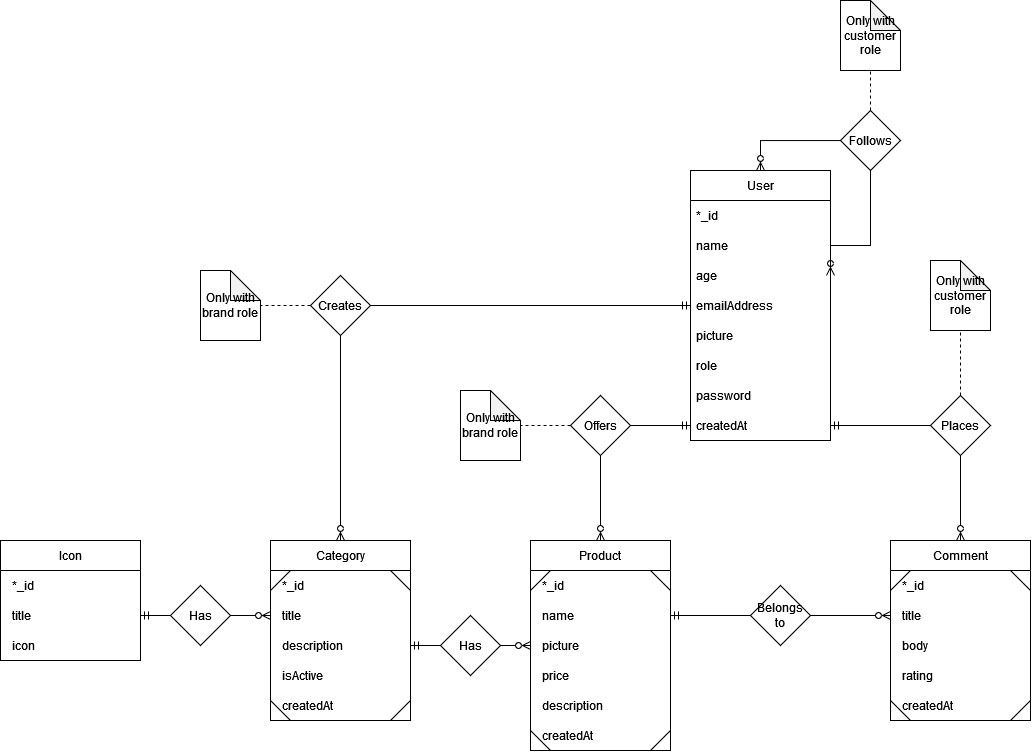
Earlier version of the draw.io export apps/uc-app/src/assets/images/erd.png (CKleijn/UnreleasedClothing). Source tidied: cells renumbered, new cells last; positions are measured from the earlier drawing's top-left corner, leaving out a move shared by most shapes.
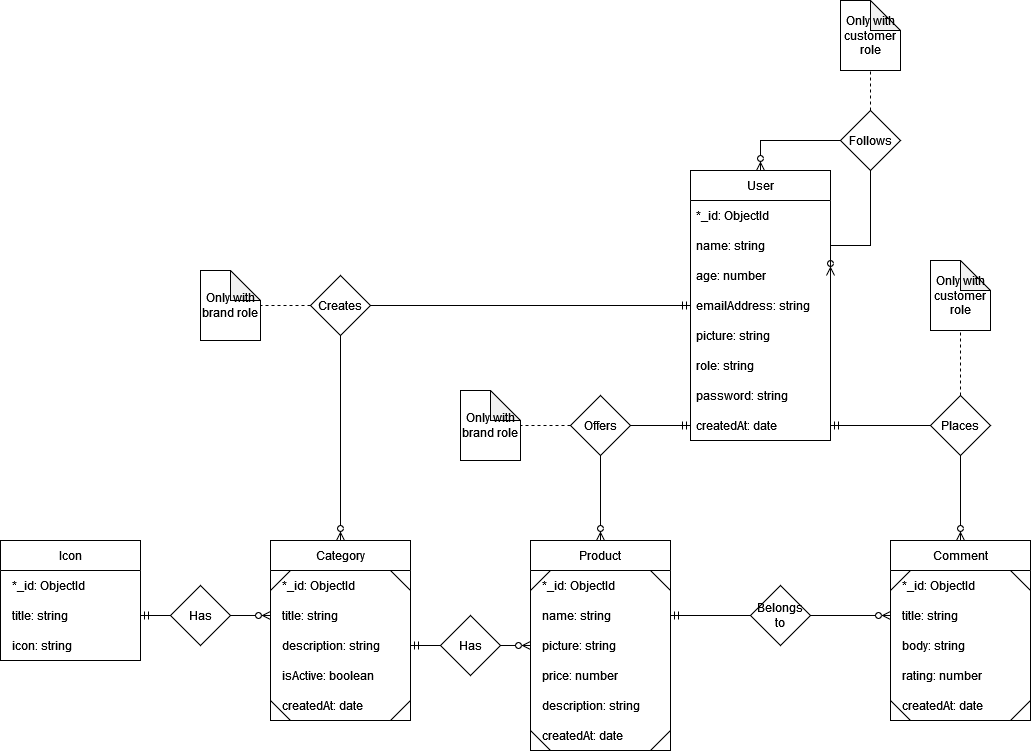
Later version of the same file.

The edit, as a diff of the source:
```diff
@@ -17,22 +17,22 @@
         <mxPoint x="20" y="30" as="targetPoint" />
       </mxGeometry>
     </mxCell>
-    <mxCell id="5" value="  *_id" style="text;strokeColor=none;fillColor=none;align=left;verticalAlign=middle;spacingLeft=4;spacingRight=4;overflow=hidden;" parent="2" vertex="1">
+    <mxCell id="5" value="  *_id: ObjectId" style="text;strokeColor=none;fillColor=none;align=left;verticalAlign=middle;spacingLeft=4;spacingRight=4;overflow=hidden;" parent="2" vertex="1">
       <mxGeometry y="30" width="140" height="30" as="geometry" />
     </mxCell>
-    <mxCell id="6" value="  name" style="text;strokeColor=none;fillColor=none;align=left;verticalAlign=middle;spacingLeft=4;spacingRight=4;overflow=hidden;points=[[0,0.5],[1,0.5]];portConstraint=eastwest;" parent="2" vertex="1">
+    <mxCell id="6" value="  name: string" style="text;strokeColor=none;fillColor=none;align=left;verticalAlign=middle;spacingLeft=4;spacingRight=4;overflow=hidden;points=[[0,0.5],[1,0.5]];portConstraint=eastwest;" parent="2" vertex="1">
       <mxGeometry y="60" width="140" height="30" as="geometry" />
     </mxCell>
-    <mxCell id="7" value="  picture" style="text;strokeColor=none;fillColor=none;align=left;verticalAlign=middle;spacingLeft=4;spacingRight=4;overflow=hidden;points=[[0,0.5],[1,0.5]];portConstraint=eastwest;" parent="2" vertex="1">
+    <mxCell id="7" value="  picture: string" style="text;strokeColor=none;fillColor=none;align=left;verticalAlign=middle;spacingLeft=4;spacingRight=4;overflow=hidden;points=[[0,0.5],[1,0.5]];portConstraint=eastwest;" parent="2" vertex="1">
       <mxGeometry y="90" width="140" height="30" as="geometry" />
     </mxCell>
-    <mxCell id="8" value="  price" style="text;strokeColor=none;fillColor=none;align=left;verticalAlign=middle;spacingLeft=4;spacingRight=4;overflow=hidden;" parent="2" vertex="1">
+    <mxCell id="8" value="  price: number" style="text;strokeColor=none;fillColor=none;align=left;verticalAlign=middle;spacingLeft=4;spacingRight=4;overflow=hidden;" parent="2" vertex="1">
       <mxGeometry y="120" width="140" height="30" as="geometry" />
     </mxCell>
-    <mxCell id="9" value="  description" style="text;strokeColor=none;fillColor=none;align=left;verticalAlign=middle;spacingLeft=4;spacingRight=4;overflow=hidden;" parent="2" vertex="1">
+    <mxCell id="9" value="  description: string" style="text;strokeColor=none;fillColor=none;align=left;verticalAlign=middle;spacingLeft=4;spacingRight=4;overflow=hidden;" parent="2" vertex="1">
       <mxGeometry y="150" width="140" height="30" as="geometry" />
     </mxCell>
-    <mxCell id="10" value="  createdAt" style="text;strokeColor=none;fillColor=none;align=left;verticalAlign=middle;spacingLeft=4;spacingRight=4;overflow=hidden;" parent="2" vertex="1">
+    <mxCell id="10" value="  createdAt: date" style="text;strokeColor=none;fillColor=none;align=left;verticalAlign=middle;spacingLeft=4;spacingRight=4;overflow=hidden;" parent="2" vertex="1">
       <mxGeometry y="180" width="140" height="30" as="geometry" />
     </mxCell>
     <mxCell id="11" style="endArrow=none;html=1;rounded=0;fontSize=10;" parent="2" edge="1">
@@ -65,19 +65,19 @@
         <mxPoint x="140" y="50" as="targetPoint" />
       </mxGeometry>
     </mxCell>
-    <mxCell id="17" value="  *_id" style="text;strokeColor=none;fillColor=none;align=left;verticalAlign=middle;spacingLeft=4;spacingRight=4;overflow=hidden;" parent="14" vertex="1">
+    <mxCell id="17" value="  *_id: ObjectId" style="text;strokeColor=none;fillColor=none;align=left;verticalAlign=middle;spacingLeft=4;spacingRight=4;overflow=hidden;" parent="14" vertex="1">
       <mxGeometry y="30" width="140" height="30" as="geometry" />
     </mxCell>
-    <mxCell id="18" value="  title" style="text;strokeColor=none;fillColor=none;align=left;verticalAlign=middle;spacingLeft=4;spacingRight=4;overflow=hidden;points=[[0,0.5],[1,0.5]];portConstraint=eastwest;" parent="14" vertex="1">
+    <mxCell id="18" value="  title: string" style="text;strokeColor=none;fillColor=none;align=left;verticalAlign=middle;spacingLeft=4;spacingRight=4;overflow=hidden;points=[[0,0.5],[1,0.5]];portConstraint=eastwest;" parent="14" vertex="1">
       <mxGeometry y="60" width="140" height="30" as="geometry" />
     </mxCell>
-    <mxCell id="19" value="  description" style="text;strokeColor=none;fillColor=none;align=left;verticalAlign=middle;spacingLeft=4;spacingRight=4;overflow=hidden;points=[[0,0.5],[1,0.5]];portConstraint=eastwest;" parent="14" vertex="1">
+    <mxCell id="19" value="  description: string" style="text;strokeColor=none;fillColor=none;align=left;verticalAlign=middle;spacingLeft=4;spacingRight=4;overflow=hidden;points=[[0,0.5],[1,0.5]];portConstraint=eastwest;" parent="14" vertex="1">
       <mxGeometry y="90" width="140" height="30" as="geometry" />
     </mxCell>
-    <mxCell id="20" value="  isActive" style="text;strokeColor=none;fillColor=none;align=left;verticalAlign=middle;spacingLeft=4;spacingRight=4;overflow=hidden;" parent="14" vertex="1">
+    <mxCell id="20" value="  isActive: boolean" style="text;strokeColor=none;fillColor=none;align=left;verticalAlign=middle;spacingLeft=4;spacingRight=4;overflow=hidden;" parent="14" vertex="1">
       <mxGeometry y="120" width="140" height="30" as="geometry" />
     </mxCell>
-    <mxCell id="21" value="  createdAt" style="text;strokeColor=none;fillColor=none;align=left;verticalAlign=middle;spacingLeft=4;spacingRight=4;overflow=hidden;" parent="14" vertex="1">
+    <mxCell id="21" value="  createdAt: date" style="text;strokeColor=none;fillColor=none;align=left;verticalAlign=middle;spacingLeft=4;spacingRight=4;overflow=hidden;" parent="14" vertex="1">
       <mxGeometry y="150" width="140" height="30" as="geometry" />
     </mxCell>
     <mxCell id="22" style="endArrow=none;html=1;rounded=0;fontSize=10;" parent="14" edge="1">
@@ -95,16 +95,16 @@
     <mxCell id="24" value="User" style="swimlane;fontStyle=0;horizontal=1;startSize=30;" parent="1" vertex="1">
       <mxGeometry x="690" y="170" width="140" height="270" as="geometry" />
     </mxCell>
-    <mxCell id="25" value="*_id" style="text;strokeColor=none;fillColor=none;align=left;verticalAlign=middle;spacingLeft=4;spacingRight=4;overflow=hidden;" parent="24" vertex="1">
+    <mxCell id="25" value="*_id: ObjectId" style="text;strokeColor=none;fillColor=none;align=left;verticalAlign=middle;spacingLeft=4;spacingRight=4;overflow=hidden;" parent="24" vertex="1">
       <mxGeometry y="30" width="140" height="30" as="geometry" />
     </mxCell>
-    <mxCell id="26" value="name" style="text;strokeColor=none;fillColor=none;align=left;verticalAlign=middle;spacingLeft=4;spacingRight=4;overflow=hidden;" parent="24" vertex="1">
+    <mxCell id="26" value="name: string" style="text;strokeColor=none;fillColor=none;align=left;verticalAlign=middle;spacingLeft=4;spacingRight=4;overflow=hidden;" parent="24" vertex="1">
       <mxGeometry y="60" width="140" height="30" as="geometry" />
     </mxCell>
-    <mxCell id="27" value="age" style="text;strokeColor=none;fillColor=none;align=left;verticalAlign=middle;spacingLeft=4;spacingRight=4;overflow=hidden;points=[[0,0.5],[1,0.5]];portConstraint=eastwest;" parent="24" vertex="1">
+    <mxCell id="27" value="age: number" style="text;strokeColor=none;fillColor=none;align=left;verticalAlign=middle;spacingLeft=4;spacingRight=4;overflow=hidden;points=[[0,0.5],[1,0.5]];portConstraint=eastwest;" parent="24" vertex="1">
       <mxGeometry y="90" width="140" height="30" as="geometry" />
     </mxCell>
-    <mxCell id="28" value="emailAddress" style="text;strokeColor=none;fillColor=none;align=left;verticalAlign=middle;spacingLeft=4;spacingRight=4;overflow=hidden;points=[[0,0.5],[1,0.5]];portConstraint=eastwest;" parent="24" vertex="1">
+    <mxCell id="28" value="emailAddress: string" style="text;strokeColor=none;fillColor=none;align=left;verticalAlign=middle;spacingLeft=4;spacingRight=4;overflow=hidden;points=[[0,0.5],[1,0.5]];portConstraint=eastwest;" parent="24" vertex="1">
       <mxGeometry y="120" width="140" height="30" as="geometry" />
     </mxCell>
     <mxCell id="29" style="edgeStyle=orthogonalEdgeStyle;rounded=0;jettySize=auto;html=1;exitX=1;exitY=0.5;exitDx=0;exitDy=0;entryX=0.5;entryY=0;entryDx=0;entryDy=0;startArrow=ERzeroToMany;startFill=0;endArrow=ERzeroToMany;endFill=0;" parent="24" edge="1" source="27" target="24">
@@ -116,16 +116,16 @@
         </Array>
       </mxGeometry>
     </mxCell>
-    <mxCell id="30" value="picture" style="text;strokeColor=none;fillColor=none;align=left;verticalAlign=middle;spacingLeft=4;spacingRight=4;overflow=hidden;" parent="24" vertex="1">
+    <mxCell id="30" value="picture: string" style="text;strokeColor=none;fillColor=none;align=left;verticalAlign=middle;spacingLeft=4;spacingRight=4;overflow=hidden;" parent="24" vertex="1">
       <mxGeometry y="150" width="140" height="30" as="geometry" />
     </mxCell>
-    <mxCell id="31" value="role" style="text;strokeColor=none;fillColor=none;align=left;verticalAlign=middle;spacingLeft=4;spacingRight=4;overflow=hidden;" parent="24" vertex="1">
+    <mxCell id="31" value="role: string" style="text;strokeColor=none;fillColor=none;align=left;verticalAlign=middle;spacingLeft=4;spacingRight=4;overflow=hidden;" parent="24" vertex="1">
       <mxGeometry y="180" width="140" height="30" as="geometry" />
     </mxCell>
-    <mxCell id="32" value="password" style="text;strokeColor=none;fillColor=none;align=left;verticalAlign=middle;spacingLeft=4;spacingRight=4;overflow=hidden;" parent="24" vertex="1">
+    <mxCell id="32" value="password: string" style="text;strokeColor=none;fillColor=none;align=left;verticalAlign=middle;spacingLeft=4;spacingRight=4;overflow=hidden;" parent="24" vertex="1">
       <mxGeometry y="210" width="140" height="30" as="geometry" />
     </mxCell>
-    <mxCell id="33" value="createdAt" style="text;strokeColor=none;fillColor=none;align=left;verticalAlign=middle;spacingLeft=4;spacingRight=4;overflow=hidden;" parent="24" vertex="1">
+    <mxCell id="33" value="createdAt: date" style="text;strokeColor=none;fillColor=none;align=left;verticalAlign=middle;spacingLeft=4;spacingRight=4;overflow=hidden;" parent="24" vertex="1">
       <mxGeometry y="240" width="140" height="30" as="geometry" />
     </mxCell>
     <mxCell id="34" style="edgeStyle=orthogonalEdgeStyle;rounded=0;jettySize=auto;html=1;exitX=0;exitY=0.5;exitDx=0;exitDy=0;entryX=1;entryY=0.5;entryDx=0;entryDy=0;startArrow=none;startFill=0;endArrow=ERmandOne;endFill=0;" parent="1" edge="1" source="58">
@@ -142,7 +142,7 @@
         <mxPoint x="20" y="30" as="targetPoint" />
       </mxGeometry>
     </mxCell>
-    <mxCell id="37" value="  *_id" style="text;strokeColor=none;fillColor=none;align=left;verticalAlign=middle;spacingLeft=4;spacingRight=4;overflow=hidden;" parent="35" vertex="1">
+    <mxCell id="37" value="  *_id: ObjectId" style="text;strokeColor=none;fillColor=none;align=left;verticalAlign=middle;spacingLeft=4;spacingRight=4;overflow=hidden;" parent="35" vertex="1">
       <mxGeometry y="30" width="140" height="30" as="geometry" />
     </mxCell>
     <mxCell id="38" style="endArrow=none;html=1;rounded=0;fontSize=10;" parent="35" edge="1">
@@ -151,16 +151,16 @@
         <mxPoint x="140" y="50" as="targetPoint" />
       </mxGeometry>
     </mxCell>
-    <mxCell id="39" value="  title" style="text;strokeColor=none;fillColor=none;align=left;verticalAlign=middle;spacingLeft=4;spacingRight=4;overflow=hidden;points=[[0,0.5],[1,0.5]];portConstraint=eastwest;" parent="35" vertex="1">
+    <mxCell id="39" value="  title: string" style="text;strokeColor=none;fillColor=none;align=left;verticalAlign=middle;spacingLeft=4;spacingRight=4;overflow=hidden;points=[[0,0.5],[1,0.5]];portConstraint=eastwest;" parent="35" vertex="1">
       <mxGeometry y="60" width="140" height="30" as="geometry" />
     </mxCell>
-    <mxCell id="40" value="  body" style="text;strokeColor=none;fillColor=none;align=left;verticalAlign=middle;spacingLeft=4;spacingRight=4;overflow=hidden;" parent="35" vertex="1">
+    <mxCell id="40" value="  body: string" style="text;strokeColor=none;fillColor=none;align=left;verticalAlign=middle;spacingLeft=4;spacingRight=4;overflow=hidden;" parent="35" vertex="1">
       <mxGeometry y="90" width="140" height="30" as="geometry" />
     </mxCell>
-    <mxCell id="41" value="  rating" style="text;strokeColor=none;fillColor=none;align=left;verticalAlign=middle;spacingLeft=4;spacingRight=4;overflow=hidden;" parent="35" vertex="1">
+    <mxCell id="41" value="  rating: number" style="text;strokeColor=none;fillColor=none;align=left;verticalAlign=middle;spacingLeft=4;spacingRight=4;overflow=hidden;" parent="35" vertex="1">
       <mxGeometry y="120" width="140" height="30" as="geometry" />
     </mxCell>
-    <mxCell id="42" value="  createdAt" style="text;strokeColor=none;fillColor=none;align=left;verticalAlign=middle;spacingLeft=4;spacingRight=4;overflow=hidden;" parent="35" vertex="1">
+    <mxCell id="42" value="  createdAt: date" style="text;strokeColor=none;fillColor=none;align=left;verticalAlign=middle;spacingLeft=4;spacingRight=4;overflow=hidden;" parent="35" vertex="1">
       <mxGeometry y="150" width="140" height="30" as="geometry" />
     </mxCell>
     <mxCell id="43" style="endArrow=none;html=1;rounded=0;fontSize=10;" parent="35" edge="1">
@@ -237,13 +237,13 @@
     <mxCell id="64" value="Icon" style="swimlane;fontStyle=0;horizontal=1;startSize=30;" parent="1" vertex="1">
       <mxGeometry y="540" width="140" height="120" as="geometry" />
     </mxCell>
-    <mxCell id="65" value="  *_id" style="text;strokeColor=none;fillColor=none;align=left;verticalAlign=middle;spacingLeft=4;spacingRight=4;overflow=hidden;" parent="64" vertex="1">
+    <mxCell id="65" value="  *_id: ObjectId" style="text;strokeColor=none;fillColor=none;align=left;verticalAlign=middle;spacingLeft=4;spacingRight=4;overflow=hidden;" parent="64" vertex="1">
       <mxGeometry y="30" width="140" height="30" as="geometry" />
     </mxCell>
-    <mxCell id="66" value="  title" style="text;strokeColor=none;fillColor=none;align=left;verticalAlign=middle;spacingLeft=4;spacingRight=4;overflow=hidden;points=[[0,0.5],[1,0.5]];portConstraint=eastwest;" parent="64" vertex="1">
+    <mxCell id="66" value="  title: string" style="text;strokeColor=none;fillColor=none;align=left;verticalAlign=middle;spacingLeft=4;spacingRight=4;overflow=hidden;points=[[0,0.5],[1,0.5]];portConstraint=eastwest;" parent="64" vertex="1">
       <mxGeometry y="60" width="140" height="30" as="geometry" />
     </mxCell>
-    <mxCell id="67" value="  icon" style="text;strokeColor=none;fillColor=none;align=left;verticalAlign=middle;spacingLeft=4;spacingRight=4;overflow=hidden;" parent="64" vertex="1">
+    <mxCell id="67" value="  icon: string" style="text;strokeColor=none;fillColor=none;align=left;verticalAlign=middle;spacingLeft=4;spacingRight=4;overflow=hidden;" parent="64" vertex="1">
       <mxGeometry y="90" width="140" height="30" as="geometry" />
     </mxCell>
     <mxCell id="68" style="edgeStyle=orthogonalEdgeStyle;rounded=0;jettySize=auto;html=1;exitX=1;exitY=0.5;exitDx=0;exitDy=0;entryX=0;entryY=0.5;entryDx=0;entryDy=0;startArrow=ERmandOne;startFill=0;endArrow=ERzeroToMany;endFill=0;" parent="1" edge="1" source="66" target="18">
```
